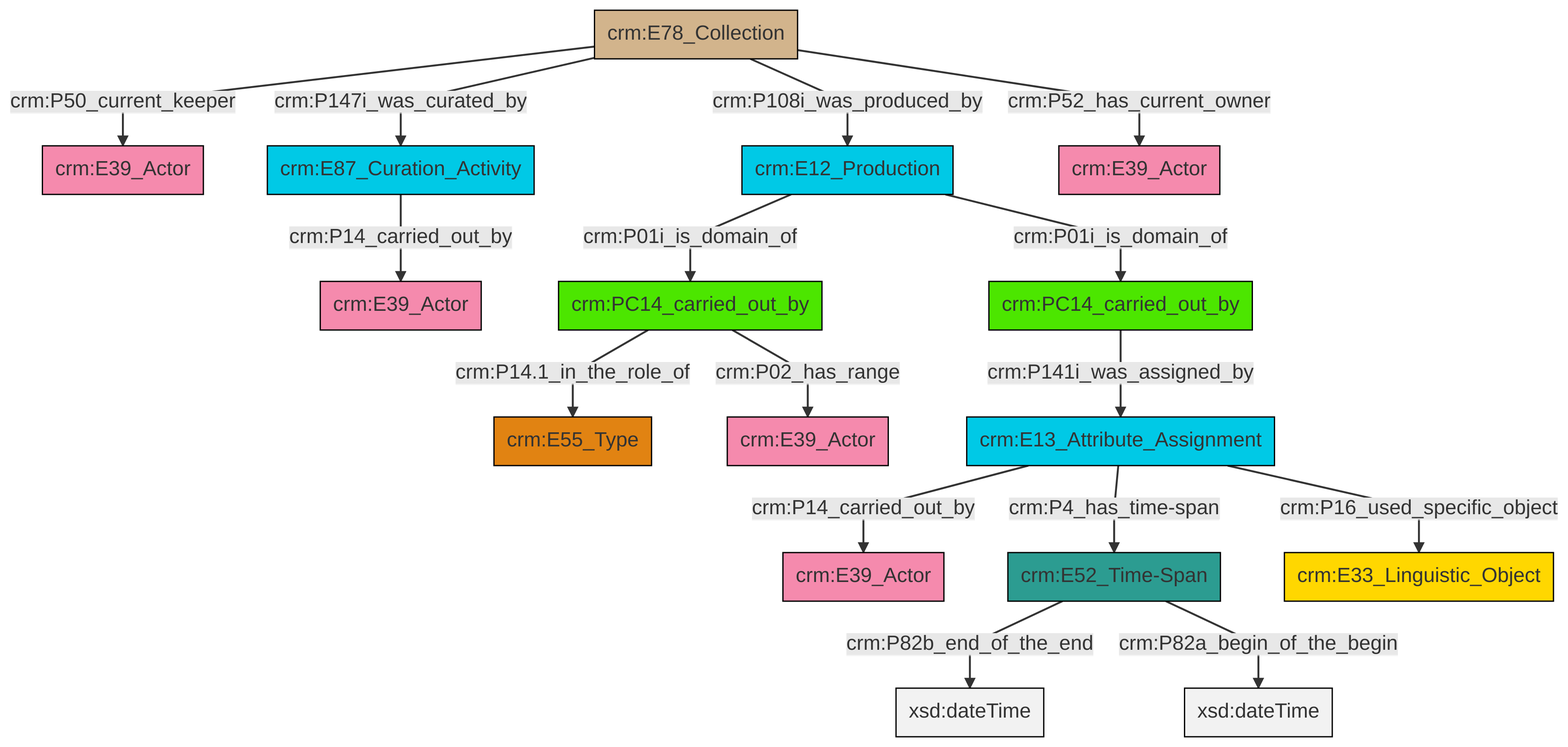
swiss-art-research-net/docs.swissartresearch keeps this Mermaid diagram as et/archivalCSV/ttl/mmd/png/archival_relation.png. Above is the earlier version. Its source is kept beside it as et/archivalCSV/ttl/mmd/archival_relation.ttl.mmd.
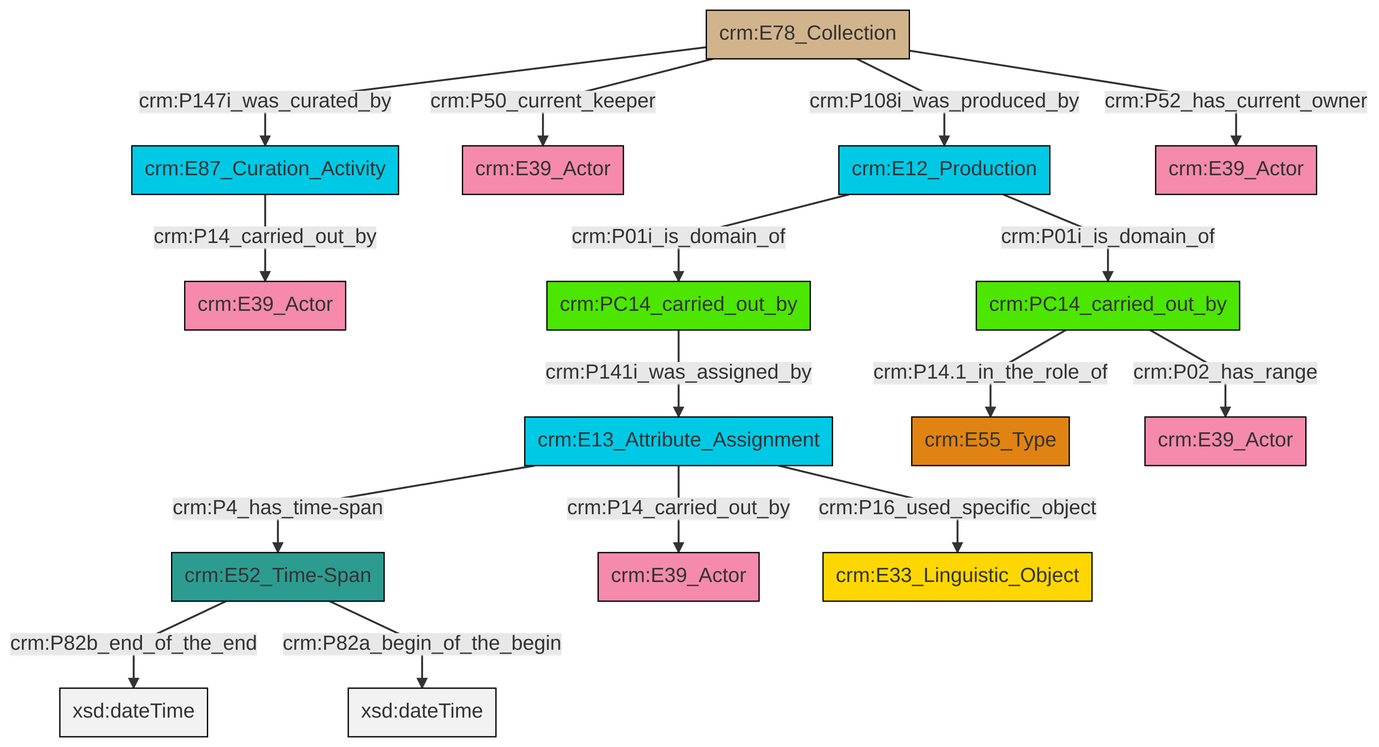
Above is the later version.

What changed in the source:
```diff
@@ -13,18 +13,18 @@
 classDef PC_Classes fill:#4ce600, stroke:#000000;
 classDef Multi fill:#cccccc,stroke:#000000;
 
-0["crm:E52_Time-Span"]:::Time-Span -->|crm:P82b_end_of_the_end| 1[xsd:dateTime]:::Literal
-2["crm:E78_Collection"]:::Physical_Thing -->|crm:P50_current_keeper| 3["crm:E39_Actor"]:::Actor
-4["crm:PC14_carried_out_by"]:::PC_Classes -->|crm:P14.1_in_the_role_of| 5["crm:E55_Type"]:::Type
-9["crm:PC14_carried_out_by"]:::PC_Classes -->|crm:P141i_was_assigned_by| 10["crm:E13_Attribute_Assignment"]:::Temporal_Entity
-7["crm:E87_Curation_Activity"]:::Temporal_Entity -->|crm:P14_carried_out_by| 14["crm:E39_Actor"]:::Actor
-0["crm:E52_Time-Span"]:::Time-Span -->|crm:P82a_begin_of_the_begin| 15[xsd:dateTime]:::Literal
-10["crm:E13_Attribute_Assignment"]:::Temporal_Entity -->|crm:P14_carried_out_by| 18["crm:E39_Actor"]:::Actor
-2["crm:E78_Collection"]:::Physical_Thing -->|crm:P147i_was_curated_by| 7["crm:E87_Curation_Activity"]:::Temporal_Entity
-2["crm:E78_Collection"]:::Physical_Thing -->|crm:P108i_was_produced_by| 21["crm:E12_Production"]:::Temporal_Entity
-21["crm:E12_Production"]:::Temporal_Entity -->|crm:P01i_is_domain_of| 4["crm:PC14_carried_out_by"]:::PC_Classes
-2["crm:E78_Collection"]:::Physical_Thing -->|crm:P52_has_current_owner| 22["crm:E39_Actor"]:::Actor
-10["crm:E13_Attribute_Assignment"]:::Temporal_Entity -->|crm:P4_has_time-span| 0["crm:E52_Time-Span"]:::Time-Span
-21["crm:E12_Production"]:::Temporal_Entity -->|crm:P01i_is_domain_of| 9["crm:PC14_carried_out_by"]:::PC_Classes
-4["crm:PC14_carried_out_by"]:::PC_Classes -->|crm:P02_has_range| 16["crm:E39_Actor"]:::Actor
-10["crm:E13_Attribute_Assignment"]:::Temporal_Entity -->|crm:P16_used_specific_object| 12["crm:E33_Linguistic_Object"]:::Conceptual_Object
+0["crm:E13_Attribute_Assignment"]:::Temporal_Entity -->|crm:P4_has_time-span| 1["crm:E52_Time-Span"]:::Time-Span
+0["crm:E13_Attribute_Assignment"]:::Temporal_Entity -->|crm:P14_carried_out_by| 4["crm:E39_Actor"]:::Actor
+1["crm:E52_Time-Span"]:::Time-Span -->|crm:P82b_end_of_the_end| 5[xsd:dateTime]:::Literal
+2["crm:E78_Collection"]:::Physical_Thing -->|crm:P147i_was_curated_by| 6["crm:E87_Curation_Activity"]:::Temporal_Entity
+17["crm:E12_Production"]:::Temporal_Entity -->|crm:P01i_is_domain_of| 18["crm:PC14_carried_out_by"]:::PC_Classes
+2["crm:E78_Collection"]:::Physical_Thing -->|crm:P52_has_current_owner| 21["crm:E39_Actor"]:::Actor
+2["crm:E78_Collection"]:::Physical_Thing -->|crm:P50_current_keeper| 7["crm:E39_Actor"]:::Actor
+0["crm:E13_Attribute_Assignment"]:::Temporal_Entity -->|crm:P16_used_specific_object| 9["crm:E33_Linguistic_Object"]:::Conceptual_Object
+1["crm:E52_Time-Span"]:::Time-Span -->|crm:P82a_begin_of_the_begin| 25[xsd:dateTime]:::Literal
+6["crm:E87_Curation_Activity"]:::Temporal_Entity -->|crm:P14_carried_out_by| 13["crm:E39_Actor"]:::Actor
+17["crm:E12_Production"]:::Temporal_Entity -->|crm:P01i_is_domain_of| 22["crm:PC14_carried_out_by"]:::PC_Classes
+22["crm:PC14_carried_out_by"]:::PC_Classes -->|crm:P141i_was_assigned_by| 0["crm:E13_Attribute_Assignment"]:::Temporal_Entity
+2["crm:E78_Collection"]:::Physical_Thing -->|crm:P108i_was_produced_by| 17["crm:E12_Production"]:::Temporal_Entity
+18["crm:PC14_carried_out_by"]:::PC_Classes -->|crm:P14.1_in_the_role_of| 11["crm:E55_Type"]:::Type
+18["crm:PC14_carried_out_by"]:::PC_Classes -->|crm:P02_has_range| 15["crm:E39_Actor"]:::Actor
```
